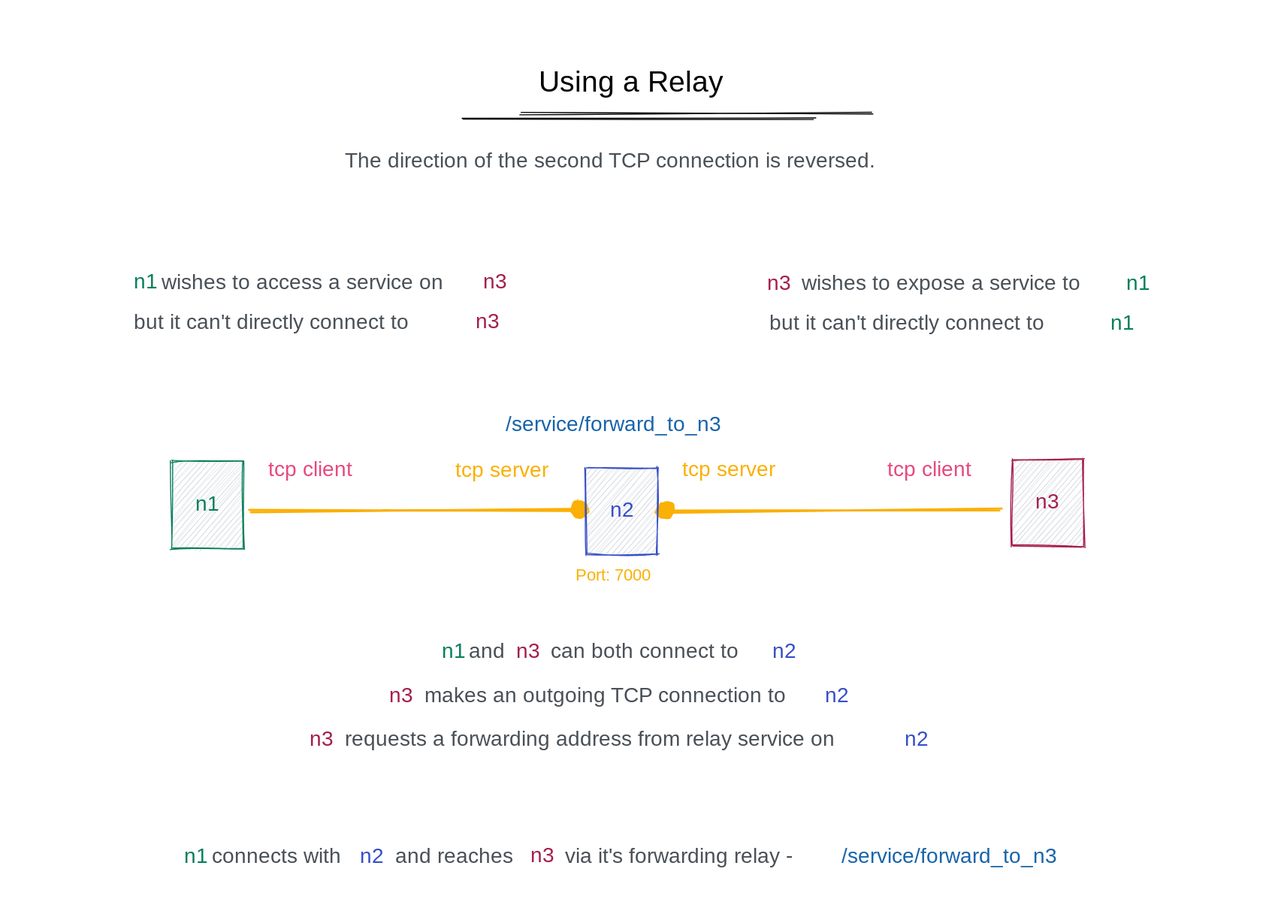
Earlier version of the Excalidraw export .gitbook/assets/file.excalidraw.svg (build-trust/ockam-documentation). Source tidied: one line per element, renumbered; positions are measured from the earlier drawing's top-left corner, leaving out a move shared by most shapes.
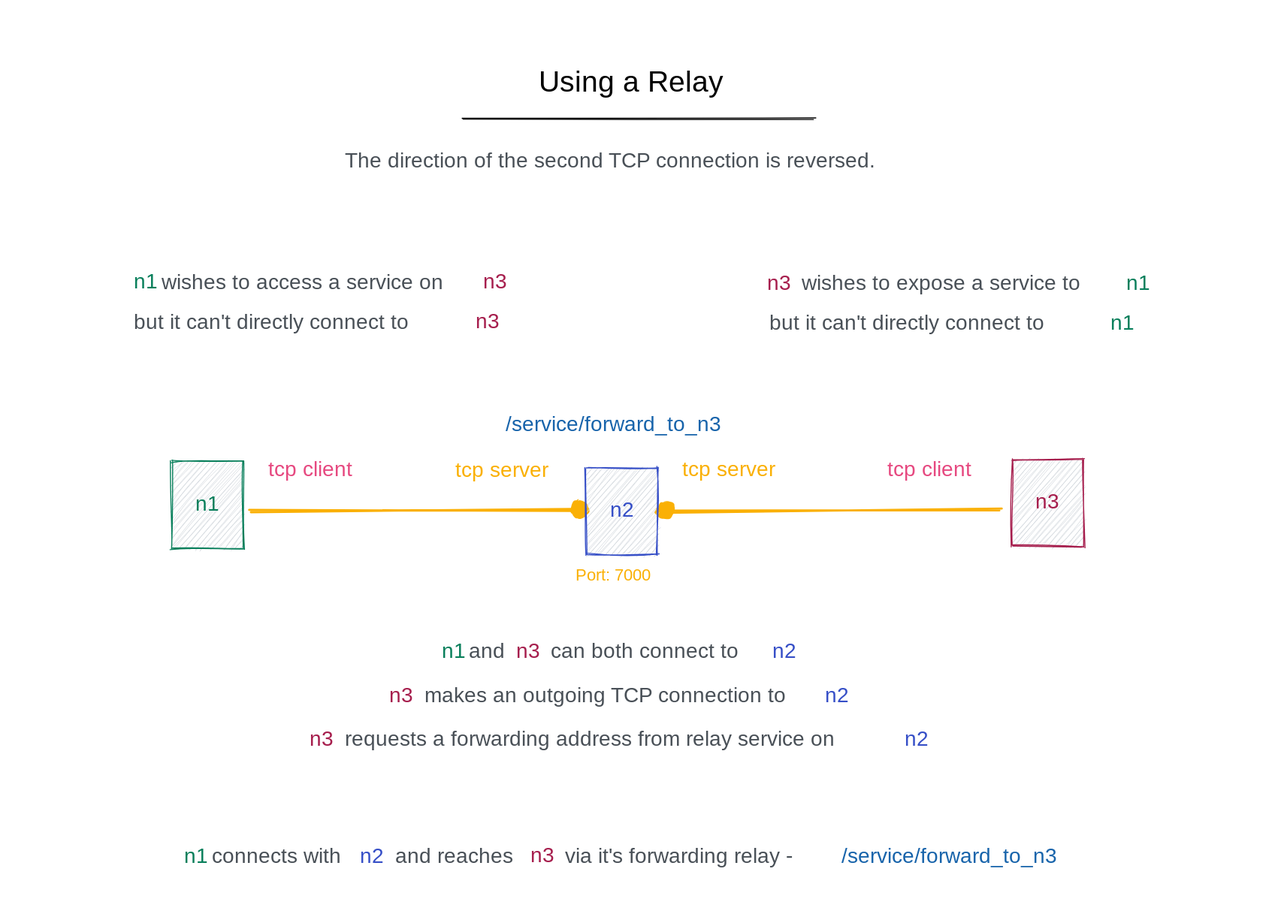
The same file after the commit.

Commit message:
GITBOOK-1051: change request with no subject merged in GitBook

Diff of the diagram source:
```diff
@@ -43,5 +43,4 @@
 {"id": 42, "type": "text", "text": "/service/forward_to_n3", "strokeColor": "#1864ab", "strokeWidth": 1, "roughness": 1, "fontSize": 20, "fontFamily": 1, "x": 790, "y": 793, "width": 242, "height": 25}
 {"id": 43, "type": "text", "text": "n3", "strokeColor": "#a61e4d", "strokeWidth": 1, "roughness": 1, "fontSize": 20, "fontFamily": 1, "x": 494, "y": 792, "width": 25, "height": 25}
 {"id": 44, "type": "text", "text": "via it's forwarding relay -", "strokeColor": "#495057", "strokeWidth": 1, "roughness": 1, "fontSize": 20, "fontFamily": 1, "x": 527, "y": 793, "width": 256, "height": 25}
-{"id": 45, "type": "line", "strokeColor": "#000000", "strokeWidth": 1, "roughness": 1, "round": true, "x": 485, "y": 97, "width": 335, "height": 0, "points": [[0, 0], [335, 0]]}
 {"id": 46, "type": "text", "text": "/service/forward_to_n3", "strokeColor": "#1864ab", "strokeWidth": 1, "roughness": 1, "fontSize": 20, "fontFamily": 1, "x": 471, "y": 382, "width": 242, "height": 25}
```
